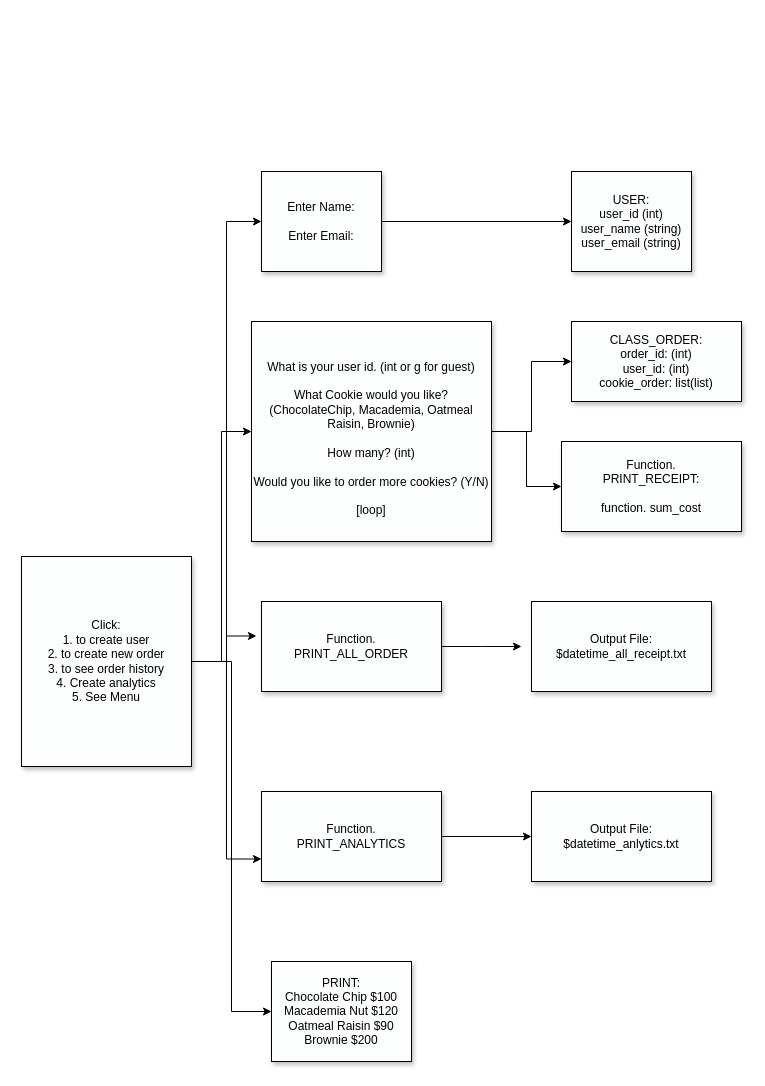
Before: page "CodeFlow" (2 of 2) of PatosCookieBusiness.drawio in germanmtz93/DuckCookies, a draw.io diagram. Source tidied: cells renumbered, new cells numbered last; positions are measured from the earlier drawing's top-left corner, leaving out a move shared by most shapes. Both pictures are drawn from the tidied source at 100%, with x=0, y=0 at pixel (21, 171).
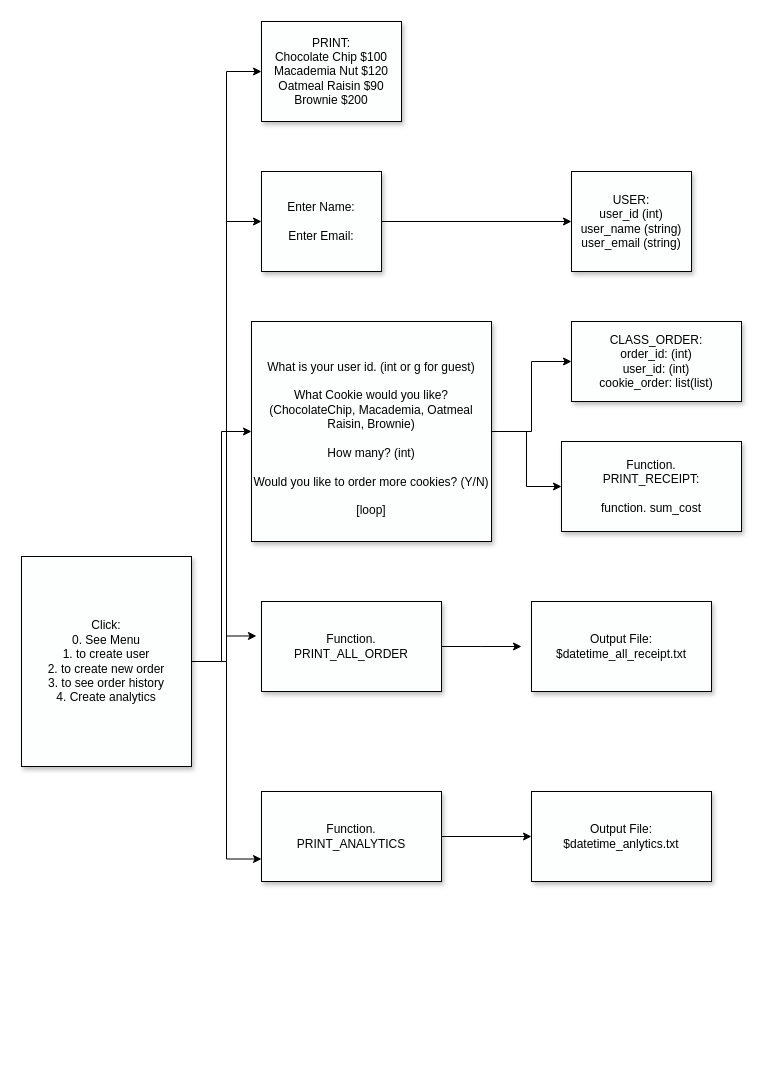
After the change.

Diff of the diagram source:
```diff
@@
-    <mxCell id="7" value="Click:&lt;br&gt;1. to create user&lt;br&gt;2. to create new order&lt;br&gt;3. to see order history&lt;br&gt;4. Create analytics&lt;br&gt;5. See Menu" style="rounded=0;whiteSpace=wrap;html=1;shadow=1;fillColor=#FCFFFE;" parent="1" vertex="1">
+    <mxCell id="7" value="Click:&lt;br&gt;0. See Menu&lt;br&gt;1. to create user&lt;br&gt;2. to create new order&lt;br&gt;3. to see order history&lt;br&gt;4. Create analytics&lt;br&gt;" style="rounded=0;whiteSpace=wrap;html=1;shadow=1;fillColor=#FCFFFE;" parent="1" vertex="1">
       <mxGeometry y="385" width="170" height="210" as="geometry" />
     </mxCell>
@@
     <mxCell id="22" value="PRINT:&lt;br&gt;Chocolate Chip $100&lt;br&gt;Macademia Nut $120&lt;br&gt;Oatmeal Raisin $90&lt;br&gt;Brownie $200" style="rounded=0;whiteSpace=wrap;html=1;shadow=1;fillColor=#FCFFFE;" parent="1" vertex="1">
-      <mxGeometry x="250" y="790" width="140" height="100" as="geometry" />
+      <mxGeometry x="240" y="-150" width="140" height="100" as="geometry" />
     </mxCell>
```
